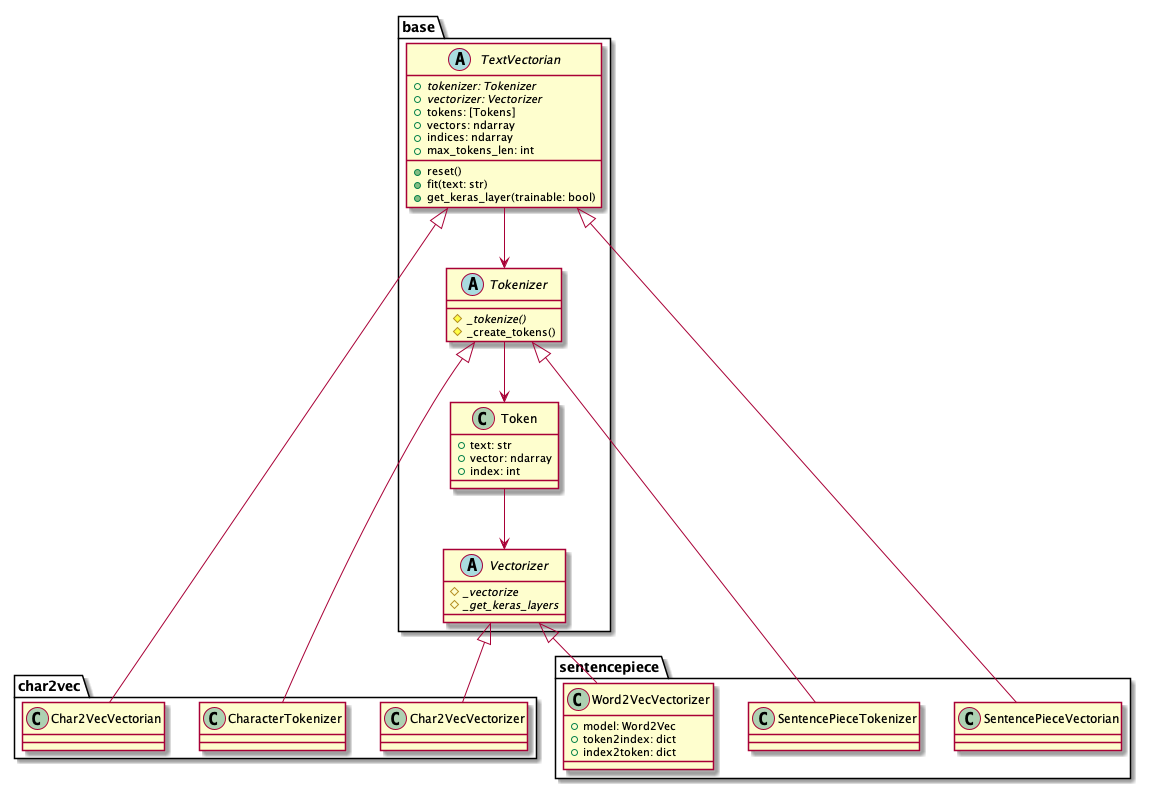
This is docs/class.png from lhideki/text-vectorian, a PlantUML export, as it was before one commit.
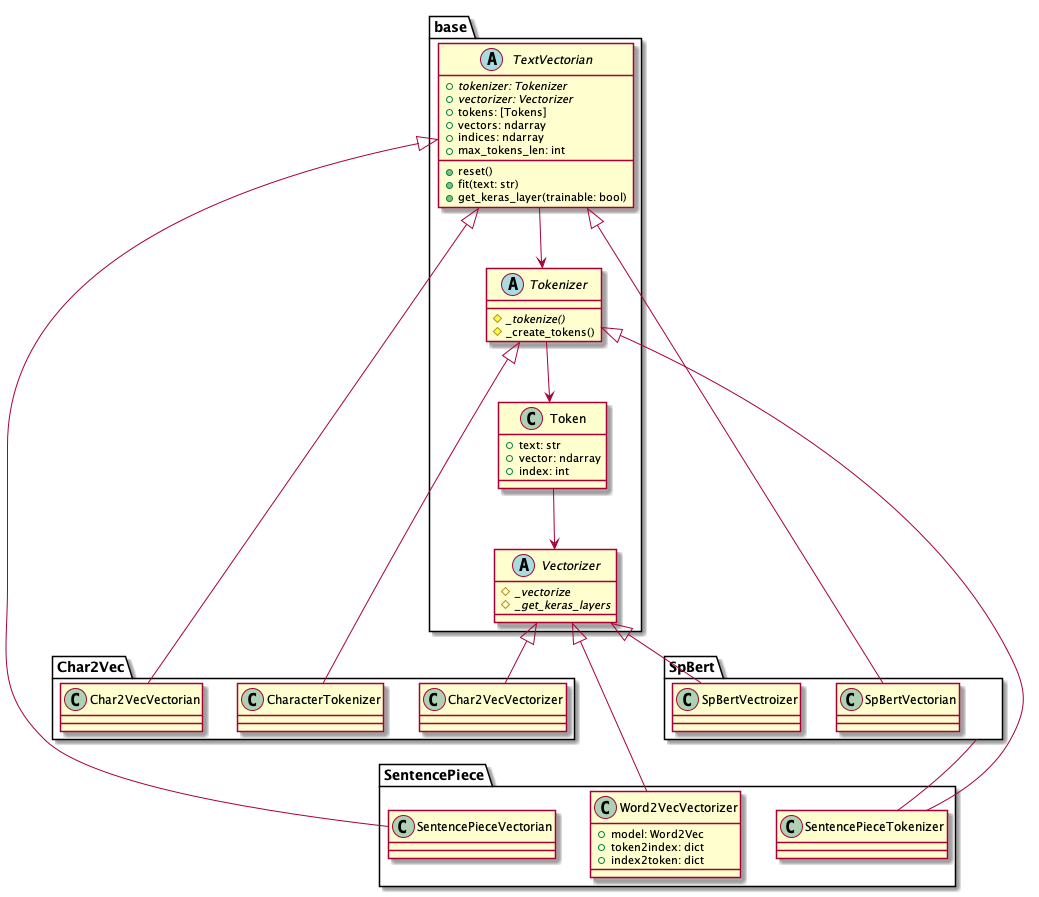
Later version of the same file.

Change to the diagram source:
```diff
@@ -31,7 +31,7 @@
 Tokenizer --> Token
 TextVectorian --> Tokenizer
 
-package sentencepiece {
+package SentencePiece {
     class Word2VecVectorizer {
         +model: Word2Vec
         +token2index: dict
@@ -45,7 +45,7 @@
 Tokenizer <|-- SentencePieceTokenizer
 TextVectorian <|-- SentencePieceVectorian
 
-package char2vec {
+package Char2Vec {
     class Char2VecVectorizer
     class CharacterTokenizer
     class Char2VecVectorian
@@ -55,4 +55,14 @@
 Tokenizer <|-- CharacterTokenizer
 TextVectorian <|-- Char2VecVectorian
 
+package SpBert {
+    class SpBertVectorian
+    class SpBertVectroizer
+    class SentencePieceTokenizer
+}
+
+Vectorizer <|-- SpBertVectroizer
+TextVectorian <|-- SpBertVectorian
+SpBert -- SentencePieceTokenizer
+
 @enduml
```
